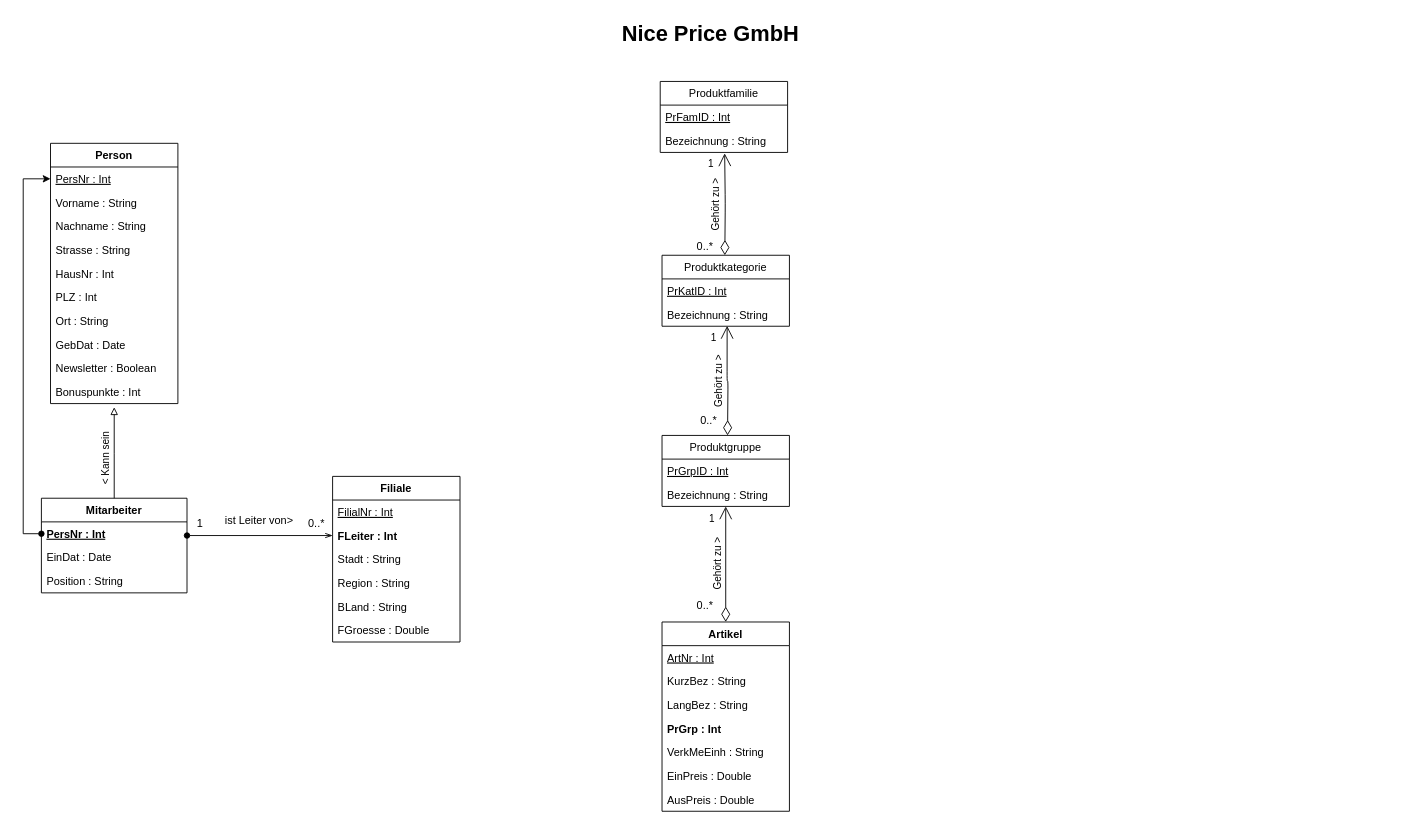
Before: NicePriceUML.drawio in Resteklicken/DBS, a draw.io diagram. Source tidied: cells renumbered, new cells numbered last; positions are measured from the earlier drawing's top-left corner, leaving out a move shared by most shapes. Both pictures are drawn from the tidied source at 91%, with x=0, y=0 at pixel (23, 15).
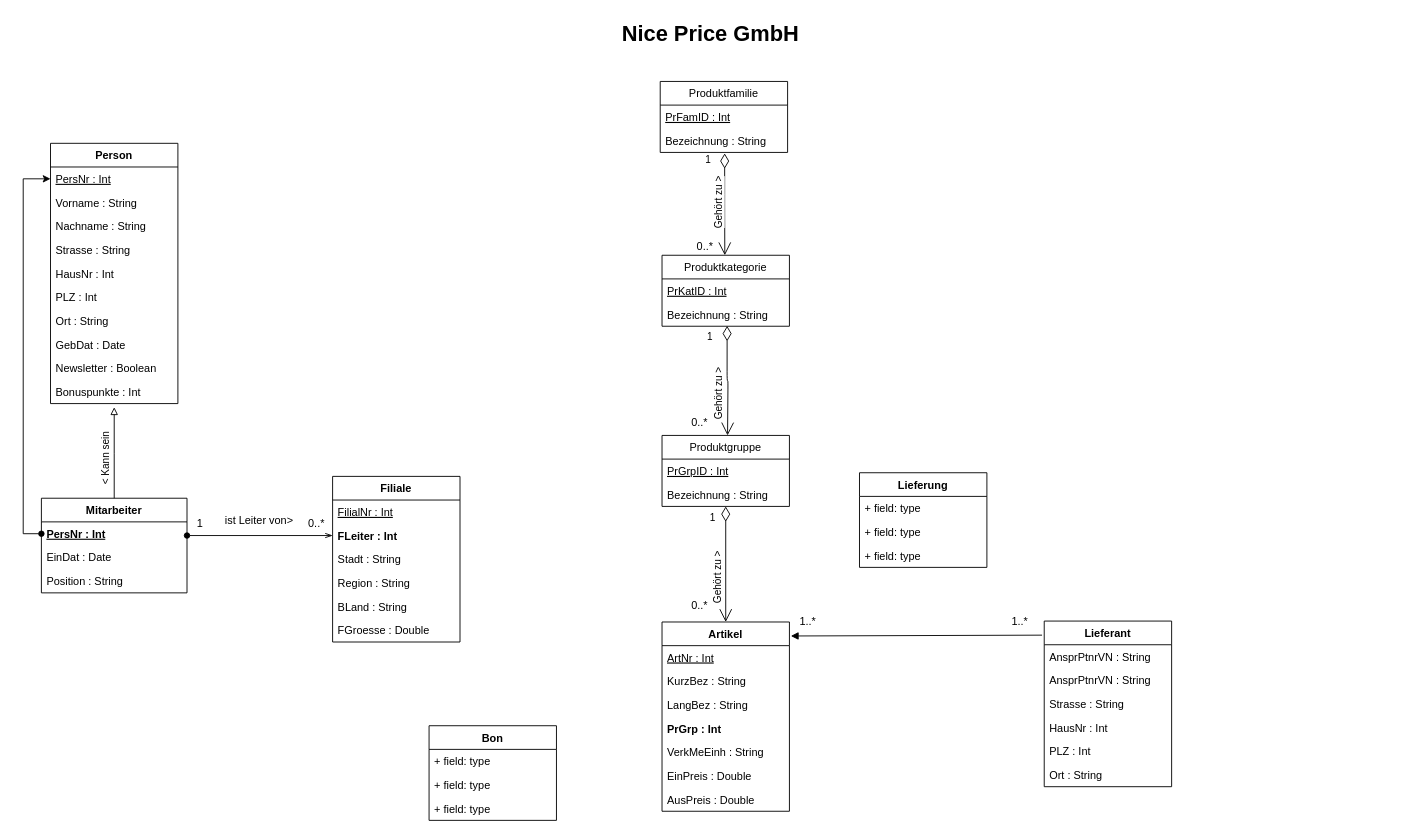
After the change.

Unchanged cells that the change refers to:
```xml
<mxCell id="27" value="Artikel" style="swimlane;fontStyle=1;horizontal=1;startSize=26;fillColor=none;" parent="1" vertex="1">
  <mxGeometry x="702" y="666" width="140" height="208" as="geometry" />
</mxCell>
<mxCell id="40" value="Produktfamilie" style="swimlane;fontStyle=0;horizontal=1;startSize=26;fillColor=none;" parent="1" vertex="1">
  <mxGeometry x="700" y="72" width="140" height="78" as="geometry" />
</mxCell>
<mxCell id="42" value="Bezeichnung : String" style="text;strokeColor=none;fillColor=none;align=left;verticalAlign=top;spacingLeft=4;spacingRight=4;overflow=hidden;points=[[0,0.5],[1,0.5]];portConstraint=eastwest;" parent="40" vertex="1">
  <mxGeometry y="52" width="140" height="26" as="geometry" />
</mxCell>
<mxCell id="45" value="Bezeichnung : String" style="text;strokeColor=none;fillColor=none;align=left;verticalAlign=top;spacingLeft=4;spacingRight=4;overflow=hidden;points=[[0,0.5],[1,0.5]];portConstraint=eastwest;" parent="43" vertex="1">
  <mxGeometry y="52" width="140" height="26" as="geometry" />
</mxCell>
<mxCell id="46" value="Produktkategorie" style="swimlane;fontStyle=0;horizontal=1;startSize=26;fillColor=none;" parent="1" vertex="1">
  <mxGeometry x="702" y="263" width="140" height="78" as="geometry" />
</mxCell>
<mxCell id="48" value="Bezeichnung : String" style="text;strokeColor=none;fillColor=none;align=left;verticalAlign=top;spacingLeft=4;spacingRight=4;overflow=hidden;points=[[0,0.5],[1,0.5]];portConstraint=eastwest;" parent="46" vertex="1">
  <mxGeometry y="52" width="140" height="26" as="geometry" />
</mxCell>
```

What changed in the source:
```diff
@@
+    <mxCell id="49" value="1" style="endArrow=open;html=1;endSize=12;startArrow=diamondThin;startSize=14;startFill=0;edgeStyle=orthogonalEdgeStyle;align=left;verticalAlign=bottom;horizontal=1;entryX=0.506;entryY=1.038;entryDx=0;entryDy=0;entryPerimeter=0;exitX=0.506;exitY=1.038;exitDx=0;exitDy=0;exitPerimeter=0;" parent="40" edge="1" source="42">
+      <mxGeometry x="-0.71" y="-23" relative="1" as="geometry">
+        <mxPoint x="71" y="191" as="targetPoint" />
+      </mxGeometry>
+    </mxCell>
+    <mxCell id="50" value="Gehört zu &amp;gt;" style="edgeLabel;html=1;align=center;verticalAlign=middle;horizontal=0;" parent="49" vertex="1">
+      <mxGeometry x="0.12" relative="1" as="geometry">
+        <mxPoint x="-8" y="-7.2" as="offset" />
+      </mxGeometry>
+    </mxCell>
@@
-    <mxCell id="49" value="1" style="endArrow=open;html=1;endSize=12;startArrow=diamondThin;startSize=14;startFill=0;edgeStyle=orthogonalEdgeStyle;align=left;verticalAlign=bottom;horizontal=1;entryX=0.506;entryY=1.038;entryDx=0;entryDy=0;entryPerimeter=0;" parent="1" edge="1" target="42">
-      <mxGeometry x="0.63" y="20" relative="1" as="geometry">
-        <mxPoint x="771" y="263" as="sourcePoint" />
-      </mxGeometry>
-    </mxCell>
-    <mxCell id="50" value="Gehört zu &amp;gt;" style="edgeLabel;html=1;align=center;verticalAlign=middle;horizontal=0;" parent="49" vertex="1">
-      <mxGeometry x="0.12" relative="1" as="geometry">
-        <mxPoint x="-9.8" y="8.2" as="offset" />
-      </mxGeometry>
-    </mxCell>
-    <mxCell id="51" value="0..*" style="text;html=1;align=center;verticalAlign=middle;fillColor=none;strokeColor=none;rounded=0;" parent="1" vertex="1">
-      <mxGeometry x="735" y="245" width="28" height="18" as="geometry" />
-    </mxCell>
-    <mxCell id="52" value="1" style="endArrow=open;html=1;endSize=12;startArrow=diamondThin;startSize=14;startFill=0;edgeStyle=orthogonalEdgeStyle;align=left;verticalAlign=bottom;horizontal=1;entryX=0.511;entryY=0.985;entryDx=0;entryDy=0;entryPerimeter=0;" parent="1" edge="1" target="48">
-      <mxGeometry x="0.63" y="20" relative="1" as="geometry">
-        <mxPoint x="774" y="461" as="sourcePoint" />
+    <mxCell id="52" value="1" style="endArrow=open;html=1;endSize=12;startArrow=diamondThin;startSize=14;startFill=0;edgeStyle=orthogonalEdgeStyle;align=left;verticalAlign=bottom;horizontal=1;entryX=0.511;entryY=0.985;entryDx=0;entryDy=0;entryPerimeter=0;exitX=0.511;exitY=0.985;exitDx=0;exitDy=0;exitPerimeter=0;" parent="46" edge="1" source="48">
+      <mxGeometry x="-0.65" y="-24" relative="1" as="geometry">
+        <mxPoint x="72" y="198" as="targetPoint" />
       </mxGeometry>
     </mxCell>
@@
+    <mxCell id="51" value="0..*" style="text;html=1;align=center;verticalAlign=middle;fillColor=none;strokeColor=none;rounded=0;" parent="1" vertex="1">
+      <mxGeometry x="735" y="245" width="28" height="18" as="geometry" />
+    </mxCell>
     <mxCell id="54" value="0..*" style="text;html=1;align=center;verticalAlign=middle;fillColor=none;strokeColor=none;rounded=0;" parent="1" vertex="1">
-      <mxGeometry x="739" y="436" width="28" height="18" as="geometry" />
+      <mxGeometry x="729" y="438" width="28" height="18" as="geometry" />
     </mxCell>
+    <mxCell id="57" value="0..*" style="text;html=1;align=center;verticalAlign=middle;fillColor=none;strokeColor=none;rounded=0;" parent="1" vertex="1">
+      <mxGeometry x="729" y="639" width="28" height="18" as="geometry" />
+    </mxCell>
-    <mxCell id="55" value="1" style="endArrow=open;html=1;endSize=12;startArrow=diamondThin;startSize=14;startFill=0;edgeStyle=orthogonalEdgeStyle;align=left;verticalAlign=bottom;horizontal=1;entryX=0.5;entryY=1;entryDx=0;entryDy=0;entryPerimeter=0;" parent="1" edge="1" source="27" target="45">
-      <mxGeometry x="0.63" y="20" relative="1" as="geometry" />
+    <mxCell id="55" value="1" style="endArrow=open;html=1;endSize=12;startArrow=diamondThin;startSize=14;startFill=0;edgeStyle=orthogonalEdgeStyle;align=left;verticalAlign=bottom;horizontal=1;exitX=0.5;exitY=1;exitDx=0;exitDy=0;exitPerimeter=0;" parent="1" edge="1" source="45" target="27">
+      <mxGeometry x="-0.67" y="-19" relative="1" as="geometry" />
     </mxCell>
@@
-    <mxCell id="57" value="0..*" style="text;html=1;align=center;verticalAlign=middle;fillColor=none;strokeColor=none;rounded=0;" parent="1" vertex="1">
-      <mxGeometry x="735" y="639" width="28" height="18" as="geometry" />
-    </mxCell>
+    <mxCell id="58" value="Lieferant" style="swimlane;fontStyle=1;horizontal=1;startSize=26;fillColor=none;" parent="1" vertex="1">
+      <mxGeometry x="1122" y="665" width="140" height="182" as="geometry" />
+    </mxCell>
+    <mxCell id="59" value="AnsprPtnrVN : String" style="text;strokeColor=none;fillColor=none;align=left;verticalAlign=top;spacingLeft=4;spacingRight=4;overflow=hidden;" parent="58" vertex="1">
+      <mxGeometry y="26" width="140" height="26" as="geometry" />
+    </mxCell>
+    <mxCell id="60" value="AnsprPtnrVN : String" style="text;strokeColor=none;fillColor=none;align=left;verticalAlign=top;spacingLeft=4;spacingRight=4;overflow=hidden;" parent="58" vertex="1">
+      <mxGeometry y="52" width="140" height="26" as="geometry" />
+    </mxCell>
+    <mxCell id="61" value="Strasse : String" style="text;strokeColor=none;fillColor=none;align=left;verticalAlign=top;spacingLeft=4;spacingRight=4;overflow=hidden;" parent="58" vertex="1">
+      <mxGeometry y="78" width="140" height="26" as="geometry" />
+    </mxCell>
+    <mxCell id="62" value="HausNr : Int" style="text;strokeColor=none;fillColor=none;align=left;verticalAlign=top;spacingLeft=4;spacingRight=4;overflow=hidden;" parent="58" vertex="1">
+      <mxGeometry y="104" width="140" height="26" as="geometry" />
+    </mxCell>
+    <mxCell id="63" value="PLZ : Int" style="text;strokeColor=none;fillColor=none;align=left;verticalAlign=top;spacingLeft=4;spacingRight=4;overflow=hidden;" parent="58" vertex="1">
+      <mxGeometry y="130" width="140" height="26" as="geometry" />
+    </mxCell>
+    <mxCell id="64" value="Ort : String" style="text;strokeColor=none;fillColor=none;align=left;verticalAlign=top;spacingLeft=4;spacingRight=4;overflow=hidden;" parent="58" vertex="1">
+      <mxGeometry y="156" width="140" height="26" as="geometry" />
+    </mxCell>
+    <mxCell id="65" value="Bon" style="swimlane;fontStyle=1;horizontal=1;startSize=26;fillColor=none;" parent="1" vertex="1">
+      <mxGeometry x="446" y="780" width="140" height="104" as="geometry" />
+    </mxCell>
+    <mxCell id="66" value="+ field: type" style="text;strokeColor=none;fillColor=none;align=left;verticalAlign=top;spacingLeft=4;spacingRight=4;overflow=hidden;" parent="65" vertex="1">
+      <mxGeometry y="26" width="140" height="26" as="geometry" />
+    </mxCell>
+    <mxCell id="67" value="+ field: type" style="text;strokeColor=none;fillColor=none;align=left;verticalAlign=top;spacingLeft=4;spacingRight=4;overflow=hidden;" parent="65" vertex="1">
+      <mxGeometry y="52" width="140" height="26" as="geometry" />
+    </mxCell>
+    <mxCell id="68" value="+ field: type" style="text;strokeColor=none;fillColor=none;align=left;verticalAlign=top;spacingLeft=4;spacingRight=4;overflow=hidden;" parent="65" vertex="1">
+      <mxGeometry y="78" width="140" height="26" as="geometry" />
+    </mxCell>
+    <mxCell id="69" style="html=1;verticalAlign=bottom;endArrow=block;exitX=-0.017;exitY=0.085;exitDx=0;exitDy=0;exitPerimeter=0;entryX=1.011;entryY=0.074;entryDx=0;entryDy=0;entryPerimeter=0;" parent="1" edge="1" source="58" target="27">
+      <mxGeometry relative="1" as="geometry" />
+    </mxCell>
+    <mxCell id="70" value="1..*" style="text;html=1;align=center;verticalAlign=middle;fillColor=none;strokeColor=none;rounded=0;" parent="1" vertex="1">
+      <mxGeometry x="1081" y="657" width="28" height="18" as="geometry" />
+    </mxCell>
+    <mxCell id="71" value="1..*" style="text;html=1;align=center;verticalAlign=middle;" parent="1" vertex="1">
+      <mxGeometry x="848" y="657" width="28" height="18" as="geometry" />
+    </mxCell>
+    <mxCell id="72" value="Lieferung" style="swimlane;fontStyle=1;horizontal=1;startSize=26;fillColor=none;" parent="1" vertex="1">
+      <mxGeometry x="919" y="502" width="140" height="104" as="geometry" />
+    </mxCell>
+    <mxCell id="73" value="+ field: type" style="text;strokeColor=none;fillColor=none;align=left;verticalAlign=top;spacingLeft=4;spacingRight=4;overflow=hidden;" parent="72" vertex="1">
+      <mxGeometry y="26" width="140" height="26" as="geometry" />
+    </mxCell>
+    <mxCell id="74" value="+ field: type" style="text;strokeColor=none;fillColor=none;align=left;verticalAlign=top;spacingLeft=4;spacingRight=4;overflow=hidden;" parent="72" vertex="1">
+      <mxGeometry y="52" width="140" height="26" as="geometry" />
+    </mxCell>
+    <mxCell id="75" value="+ field: type" style="text;strokeColor=none;fillColor=none;align=left;verticalAlign=top;spacingLeft=4;spacingRight=4;overflow=hidden;" parent="72" vertex="1">
+      <mxGeometry y="78" width="140" height="26" as="geometry" />
+    </mxCell>
```
